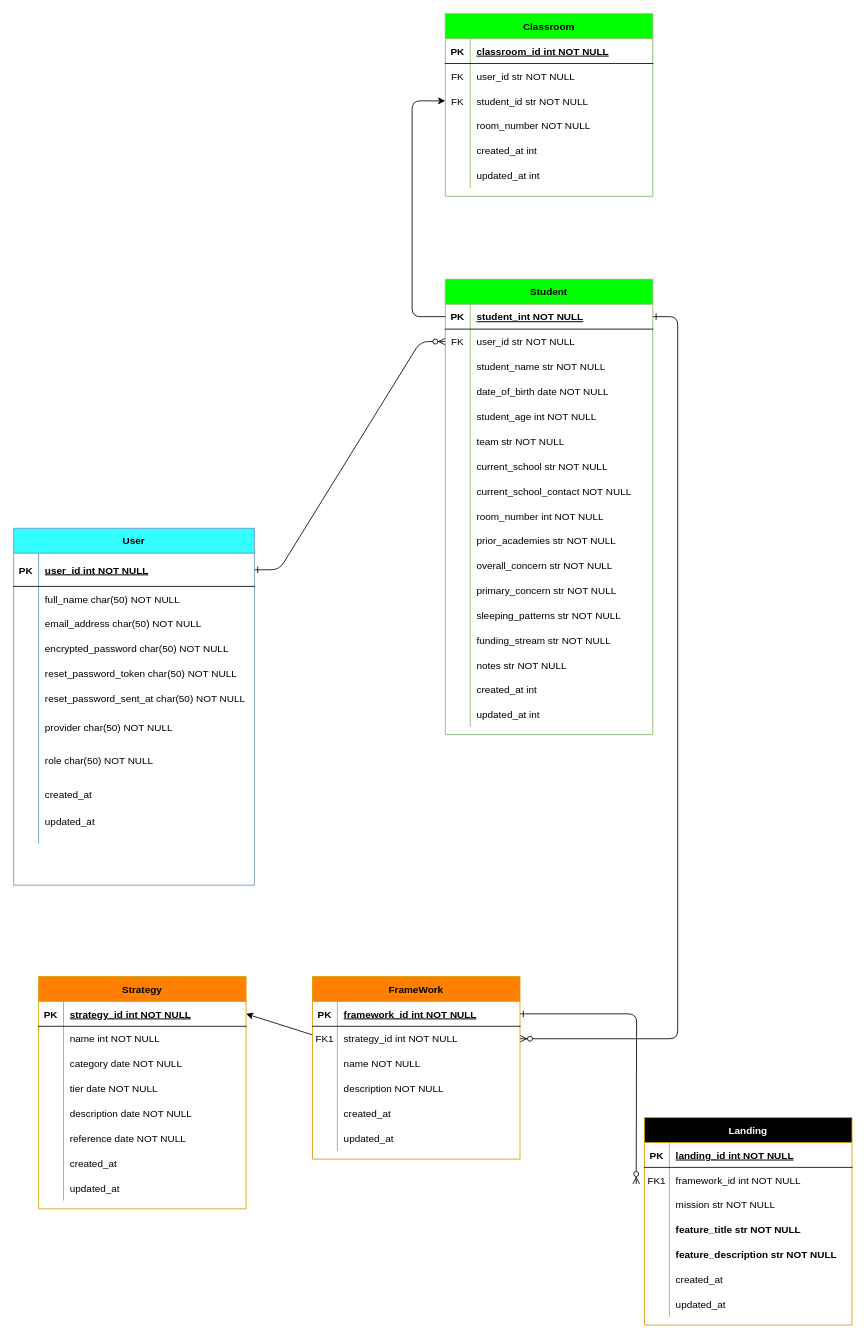
Above: abena-er-diagram.drawio in Shariffintech/abena (draw.io), before the change. Source tidied: cells renumbered, new cells numbered last; positions are measured from the earlier drawing's top-left corner, leaving out a move shared by most shapes. Both pictures are drawn from the tidied source at 83%, with x=0, y=0 at pixel (13, 13).
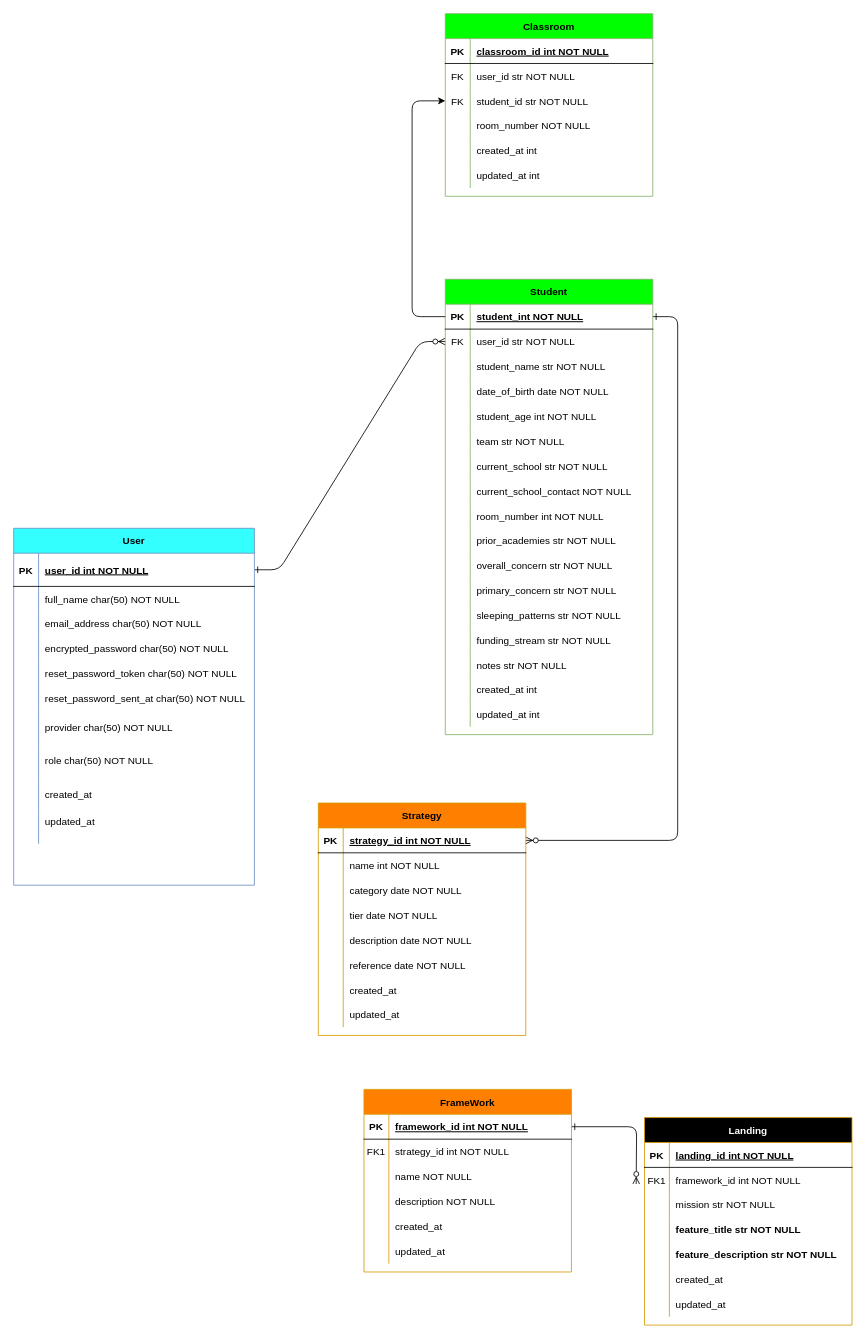
The same page after the edit.

The change refers to these unchanged cells:
```xml
<mxCell id="5" style="shape=partialRectangle;fillColor=none;points=[[0,0.5],[1,0.5]];portConstraint=eastwest;top=0;left=0;right=0;bottom=1;" parent="4" vertex="1">
  <mxGeometry y="30" width="250" height="30" as="geometry" />
</mxCell>
<mxCell id="62" style="shape=partialRectangle;fillColor=none;points=[[0,0.5],[1,0.5]];portConstraint=eastwest;top=0;left=0;right=0;bottom=0;" parent="58" vertex="1">
  <mxGeometry y="60" width="250" height="30" as="geometry" />
</mxCell>
<mxCell id="109" style="shape=partialRectangle;fillColor=none;points=[[0,0.5],[1,0.5]];portConstraint=eastwest;top=0;left=0;right=0;bottom=1;" parent="108" vertex="1">
  <mxGeometry y="30" width="250" height="30" as="geometry" />
</mxCell>
```

Change to the diagram source:
```diff
@@
-    <mxCell id="3" style="edgeStyle=entityRelationEdgeStyle;endArrow=ERzeroToMany;startArrow=ERone;endFill=1;startFill=0;" parent="1" edge="1" source="5" target="62">
+    <mxCell id="3" style="edgeStyle=entityRelationEdgeStyle;endArrow=ERzeroToMany;startArrow=ERone;endFill=1;startFill=0;" parent="1" edge="1" source="5" target="109">
       <mxGeometry relative="1" as="geometry" />
     </mxCell>
@@
-    <mxCell id="56" style="edgeStyle=none;html=1;fontColor=#000000;entryX=1;entryY=0.5;entryDx=0;entryDy=0;" parent="1" edge="1" source="58" target="109">
-      <mxGeometry relative="1" as="geometry" />
-    </mxCell>
@@
     <mxCell id="58" value="FrameWork" style="shape=table;startSize=30;childLayout=tableLayout;rowLines=0;fontStyle=1;align=center;fillColor=#FF8000;strokeColor=#d79b00;fontColor=#000000;" parent="1" vertex="1">
-      <mxGeometry x="360" y="1160" width="250" height="220" as="geometry" />
+      <mxGeometry x="422" y="1296" width="250" height="220" as="geometry" />
     </mxCell>
@@
     <mxCell id="108" value="Strategy" style="shape=table;startSize=30;childLayout=tableLayout;rowLines=0;fontStyle=1;align=center;fillColor=#FF8000;strokeColor=#d79b00;fontColor=#000000;" parent="1" vertex="1">
-      <mxGeometry x="30" y="1160" width="250" height="280" as="geometry" />
+      <mxGeometry x="367" y="951" width="250" height="280" as="geometry" />
     </mxCell>
```
